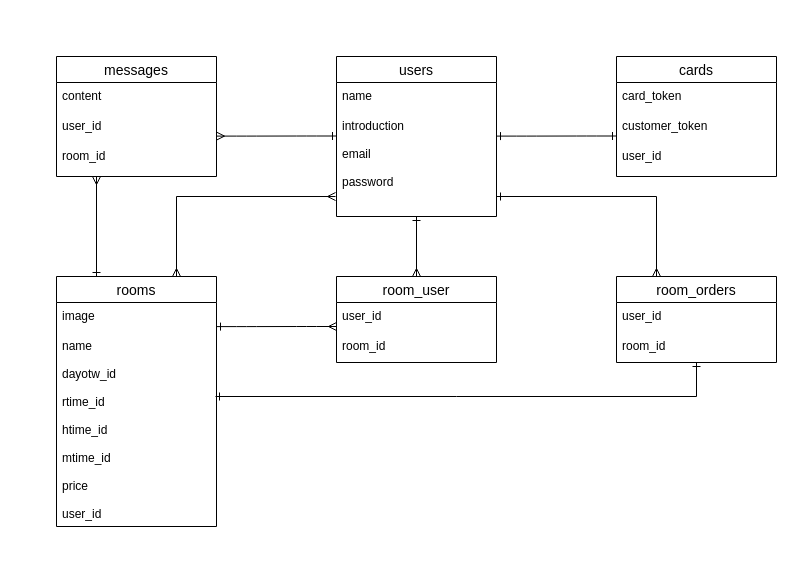
Before: test.dio in no-ru-kk/each-talk, a draw.io diagram. Source tidied: cells renumbered, new cells numbered last; positions are measured from the earlier drawing's top-left corner, leaving out a move shared by most shapes. Both pictures are drawn from the tidied source at 100%, with x=0, y=0 at pixel (56, 56).
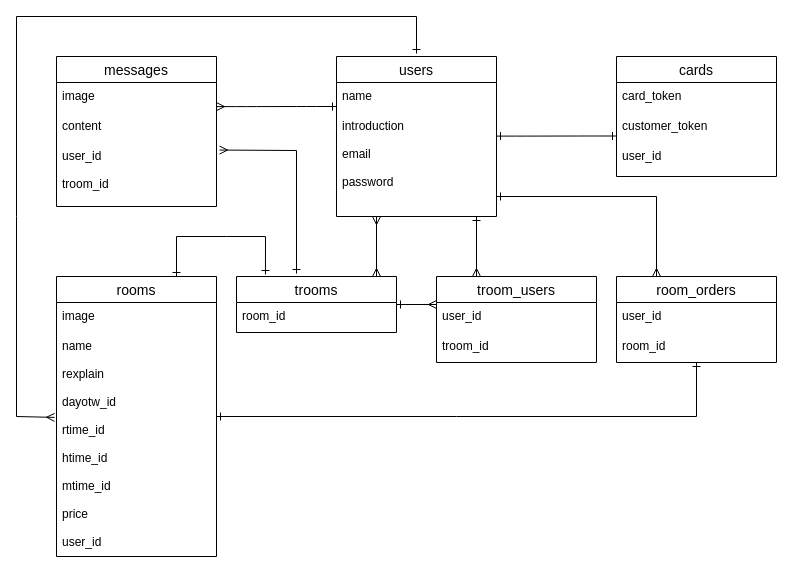
The same diagram, later.

Unchanged cells that the change refers to:
```xml
<mxCell id="12" value="introduction&#10;&#10;email&#10;&#10;password&#10;" style="text;strokeColor=none;fillColor=none;spacingLeft=4;spacingRight=4;overflow=hidden;points=[[0,0.5],[1,0.5]];portConstraint=eastwest;fontSize=12;" parent="10" vertex="1">
  <mxGeometry y="56" width="160" height="104" as="geometry" />
</mxCell>
<mxCell id="20" value="user_id" style="text;strokeColor=none;fillColor=none;spacingLeft=4;spacingRight=4;overflow=hidden;points=[[0,0.5],[1,0.5]];portConstraint=eastwest;fontSize=12;" parent="19" vertex="1">
  <mxGeometry y="26" width="160" height="30" as="geometry" />
</mxCell>
```

Diff of the diagram source:
```diff
@@
     <mxCell id="6" value="messages" style="swimlane;fontStyle=0;horizontal=1;startSize=26;align=center;fontSize=14;" parent="1" vertex="1">
-      <mxGeometry width="160" height="120" as="geometry" />
+      <mxGeometry width="160" height="150" as="geometry" />
     </mxCell>
-    <mxCell id="7" value="content" style="text;strokeColor=none;fillColor=none;spacingLeft=4;spacingRight=4;overflow=hidden;fontSize=12;" parent="6" vertex="1">
+    <mxCell id="7" value="image" style="text;strokeColor=none;fillColor=none;spacingLeft=4;spacingRight=4;overflow=hidden;fontSize=12;" parent="6" vertex="1">
       <mxGeometry y="26" width="160" height="30" as="geometry" />
     </mxCell>
-    <mxCell id="8" value="user_id" style="text;strokeColor=none;fillColor=none;spacingLeft=4;spacingRight=4;overflow=hidden;fontSize=12;" parent="6" vertex="1">
+    <mxCell id="8" value="content" style="text;strokeColor=none;fillColor=none;spacingLeft=4;spacingRight=4;overflow=hidden;fontSize=12;" parent="6" vertex="1">
       <mxGeometry y="56" width="160" height="30" as="geometry" />
     </mxCell>
-    <mxCell id="9" value="room_id" style="text;strokeColor=none;fillColor=none;spacingLeft=4;spacingRight=4;overflow=hidden;points=[[0,0.5],[1,0.5]];portConstraint=eastwest;fontSize=12;" parent="6" vertex="1">
-      <mxGeometry y="86" width="160" height="34" as="geometry" />
+    <mxCell id="9" value="user_id&#10;&#10;troom_id" style="text;strokeColor=none;fillColor=none;spacingLeft=4;spacingRight=4;overflow=hidden;points=[[0,0.5],[1,0.5]];portConstraint=eastwest;fontSize=12;" parent="6" vertex="1">
+      <mxGeometry y="86" width="160" height="64" as="geometry" />
     </mxCell>
@@
     <mxCell id="13" style="edgeStyle=entityRelationEdgeStyle;fontSize=12;html=1;endArrow=ERone;startArrow=ERmany;exitX=0.994;exitY=0.42;exitDx=0;exitDy=0;exitPerimeter=0;endFill=0;startFill=0;" parent="1" edge="1">
       <mxGeometry relative="1" as="geometry">
-        <mxPoint x="160" y="79.6" as="sourcePoint" />
-        <mxPoint x="280" y="79.5" as="targetPoint" />
+        <mxPoint x="160" y="50.1" as="sourcePoint" />
+        <mxPoint x="280" y="50" as="targetPoint" />
       </mxGeometry>
     </mxCell>
@@
-    <mxCell id="17" style="endArrow=ERmany;html=1;rounded=0;endFill=0;startArrow=ERmany;startFill=0;entryX=-0.006;entryY=0.808;entryDx=0;entryDy=0;entryPerimeter=0;exitX=0.75;exitY=0;exitDx=0;exitDy=0;" parent="1" edge="1" source="24" target="12">
+    <mxCell id="17" style="endArrow=ERone;html=1;rounded=0;endFill=0;startArrow=ERmany;startFill=0;exitX=-0.012;exitY=0.379;exitDx=0;exitDy=0;exitPerimeter=0;" parent="1" edge="1" source="26">
       <mxGeometry relative="1" as="geometry">
+        <mxPoint x="360" y="-3" as="targetPoint" />
         <Array as="points">
-          <mxPoint x="120" y="140" />
+          <mxPoint x="-40" y="360" />
+          <mxPoint x="-40" y="160" />
+          <mxPoint x="-40" y="-40" />
+          <mxPoint x="360" y="-40" />
         </Array>
       </mxGeometry>
     </mxCell>
     <mxCell id="18" style="endArrow=ERone;html=1;rounded=0;endFill=0;startArrow=ERone;startFill=0;" parent="1" edge="1">
       <mxGeometry relative="1" as="geometry">
-        <mxPoint x="159" y="340" as="sourcePoint" />
+        <mxPoint x="160" y="360" as="sourcePoint" />
         <mxPoint x="640" y="306" as="targetPoint" />
         <Array as="points">
-          <mxPoint x="400" y="340" />
-          <mxPoint x="640" y="340" />
+          <mxPoint x="400" y="360" />
+          <mxPoint x="640" y="360" />
         </Array>
       </mxGeometry>
     </mxCell>
-    <mxCell id="19" value="room_user" style="swimlane;fontStyle=0;horizontal=1;startSize=26;align=center;fontSize=14;" parent="1" vertex="1">
-      <mxGeometry x="280" y="220" width="160" height="86" as="geometry" />
+    <mxCell id="19" value="troom_users" style="swimlane;fontStyle=0;horizontal=1;startSize=26;align=center;fontSize=14;" parent="1" vertex="1">
+      <mxGeometry x="380" y="220" width="160" height="86" as="geometry" />
     </mxCell>
@@
-    <mxCell id="21" value="room_id" style="text;strokeColor=none;fillColor=none;spacingLeft=4;spacingRight=4;overflow=hidden;fontSize=12;" parent="19" vertex="1">
+    <mxCell id="21" value="troom_id" style="text;strokeColor=none;fillColor=none;spacingLeft=4;spacingRight=4;overflow=hidden;fontSize=12;" parent="19" vertex="1">
       <mxGeometry y="56" width="160" height="30" as="geometry" />
     </mxCell>
     <mxCell id="22" style="endArrow=ERone;html=1;rounded=0;endFill=0;startArrow=ERmany;startFill=0;" parent="1" edge="1">
       <mxGeometry relative="1" as="geometry">
-        <mxPoint x="360" y="220" as="sourcePoint" />
-        <mxPoint x="360" y="160" as="targetPoint" />
+        <mxPoint x="420" y="220" as="sourcePoint" />
+        <mxPoint x="420" y="160" as="targetPoint" />
       </mxGeometry>
     </mxCell>
@@
     <mxCell id="24" value="rooms" style="swimlane;fontStyle=0;horizontal=1;startSize=26;align=center;fontSize=14;" parent="1" vertex="1">
-      <mxGeometry y="220" width="160" height="250" as="geometry" />
+      <mxGeometry y="220" width="160" height="280" as="geometry" />
     </mxCell>
@@
-    <mxCell id="26" value="name&#10;&#10;dayotw_id&#10;&#10;rtime_id&#10;&#10;htime_id&#10;&#10;mtime_id&#10;&#10;price&#10;&#10;user_id" style="text;strokeColor=none;fillColor=none;spacingLeft=4;spacingRight=4;overflow=hidden;points=[[0,0.5],[1,0.5]];portConstraint=eastwest;fontSize=12;" parent="24" vertex="1">
-      <mxGeometry y="56" width="160" height="194" as="geometry" />
+    <mxCell id="26" value="name&#10;&#10;rexplain&#10;&#10;dayotw_id&#10;&#10;rtime_id&#10;&#10;htime_id&#10;&#10;mtime_id&#10;&#10;price&#10;&#10;user_id" style="text;strokeColor=none;fillColor=none;spacingLeft=4;spacingRight=4;overflow=hidden;points=[[0,0.5],[1,0.5]];portConstraint=eastwest;fontSize=12;" parent="24" vertex="1">
+      <mxGeometry y="56" width="160" height="224" as="geometry" />
     </mxCell>
-    <mxCell id="27" style="edgeStyle=entityRelationEdgeStyle;fontSize=12;html=1;endArrow=ERmany;startArrow=ERone;exitX=0.994;exitY=0.42;exitDx=0;exitDy=0;exitPerimeter=0;endFill=0;startFill=0;" parent="1" edge="1">
-      <mxGeometry relative="1" as="geometry">
-        <mxPoint x="160" y="270.1" as="sourcePoint" />
-        <mxPoint x="280" y="270" as="targetPoint" />
-      </mxGeometry>
-    </mxCell>
-    <mxCell id="28" style="endArrow=ERmany;html=1;rounded=0;endFill=0;startArrow=ERone;startFill=0;exitX=0.25;exitY=0;exitDx=0;exitDy=0;" parent="1" edge="1" source="24">
+    <mxCell id="28" style="endArrow=ERmany;html=1;rounded=0;endFill=0;startArrow=ERone;startFill=0;entryX=1.019;entryY=0.118;entryDx=0;entryDy=0;entryPerimeter=0;" parent="1" edge="1" target="9">
       <mxGeometry relative="1" as="geometry">
-        <mxPoint x="40" y="120" as="targetPoint" />
+        <mxPoint x="240" y="217" as="sourcePoint" />
+        <Array as="points">
+          <mxPoint x="240" y="94" />
+        </Array>
       </mxGeometry>
     </mxCell>
@@
+    <mxCell id="30" value="trooms" style="swimlane;fontStyle=0;horizontal=1;startSize=26;align=center;fontSize=14;" parent="1" vertex="1">
+      <mxGeometry x="180" y="220" width="160" height="56" as="geometry" />
+    </mxCell>
+    <mxCell id="31" value="room_id" style="text;strokeColor=none;fillColor=none;spacingLeft=4;spacingRight=4;overflow=hidden;fontSize=12;" parent="30" vertex="1">
+      <mxGeometry y="26" width="160" height="30" as="geometry" />
+    </mxCell>
+    <mxCell id="32" style="endArrow=ERmany;html=1;rounded=0;endFill=0;startArrow=ERmany;startFill=0;" parent="1" edge="1">
+      <mxGeometry relative="1" as="geometry">
+        <mxPoint x="320" y="220" as="sourcePoint" />
+        <mxPoint x="320" y="160" as="targetPoint" />
+      </mxGeometry>
+    </mxCell>
+    <mxCell id="33" style="endArrow=ERone;html=1;rounded=0;endFill=0;startArrow=ERone;startFill=0;exitX=0.75;exitY=0;exitDx=0;exitDy=0;entryX=0.181;entryY=-0.036;entryDx=0;entryDy=0;entryPerimeter=0;" parent="1" edge="1" source="24" target="30">
+      <mxGeometry relative="1" as="geometry">
+        <Array as="points">
+          <mxPoint x="120" y="180" />
+          <mxPoint x="170" y="180" />
+          <mxPoint x="209" y="180" />
+        </Array>
+      </mxGeometry>
+    </mxCell>
+    <mxCell id="34" style="endArrow=ERone;html=1;rounded=0;endFill=0;startArrow=ERmany;startFill=0;entryX=1;entryY=0.5;entryDx=0;entryDy=0;exitX=0;exitY=0.067;exitDx=0;exitDy=0;exitPerimeter=0;" parent="1" edge="1" source="20" target="30">
+      <mxGeometry relative="1" as="geometry" />
+    </mxCell>
```
